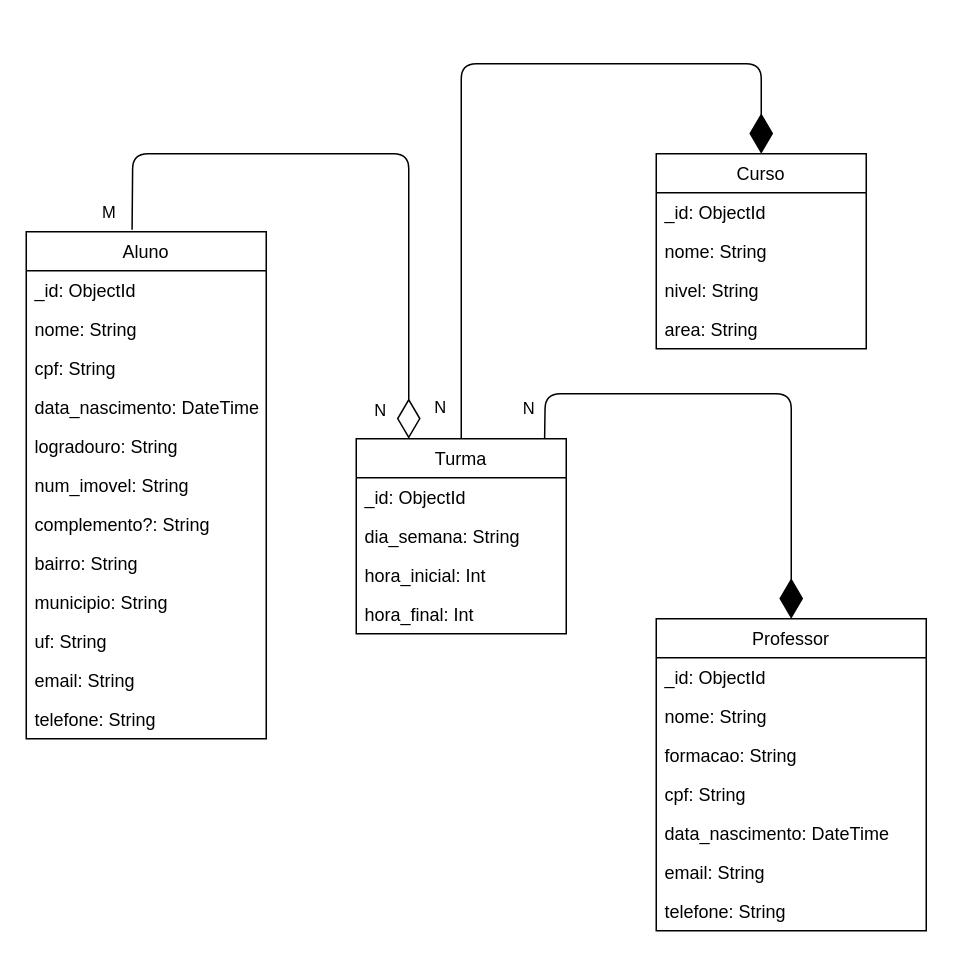
Above: docs/modelagem-db.drawio in dudamdev/bd-n-o-relacional (draw.io), before the change. Source tidied: cells renumbered, new cells numbered last; positions are measured from the earlier drawing's top-left corner, leaving out a move shared by most shapes. Both pictures are drawn from the tidied source at 150%, with x=0, y=0 at pixel (26, 63).
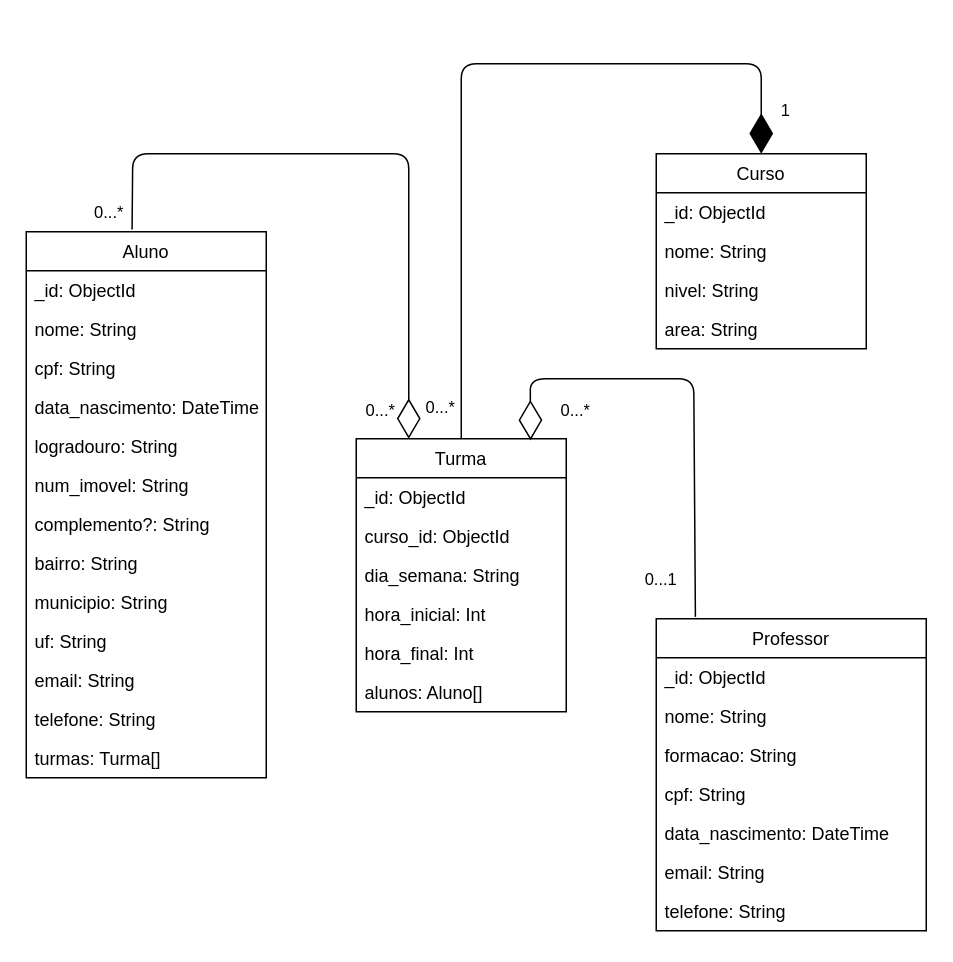
After the change.

Unchanged cells that the change refers to:
```xml
<mxCell id="15" value="Professor" style="swimlane;fontStyle=0;horizontal=1;startSize=26;fillColor=none;" parent="1" vertex="1">
  <mxGeometry x="420" y="370" width="180" height="208" as="geometry" />
</mxCell>
<mxCell id="35" style="endArrow=diamondThin;endFill=1;endSize=24;html=1;entryX=0.5;entryY=0;entryDx=0;entryDy=0;exitX=0.5;exitY=0;exitDx=0;exitDy=0;" parent="1" edge="1" source="23" target="28">
  <mxGeometry relative="1" as="geometry">
    <Array as="points">
      <mxPoint x="290" />
      <mxPoint x="490" />
    </Array>
  </mxGeometry>
</mxCell>
<mxCell id="37" style="endArrow=diamondThin;endFill=0;endSize=24;html=1;entryX=0.25;entryY=0;entryDx=0;entryDy=0;exitX=0.441;exitY=-0.004;exitDx=0;exitDy=0;exitPerimeter=0;" parent="1" edge="1" source="2" target="23">
  <mxGeometry relative="1" as="geometry">
    <Array as="points">
      <mxPoint x="71" y="60" />
      <mxPoint x="255" y="60" />
    </Array>
  </mxGeometry>
</mxCell>
```

The edit, as a diff of the source:
```diff
@@
     <mxCell id="2" value="Aluno" style="swimlane;fontStyle=0;horizontal=1;startSize=26;fillColor=none;" parent="1" vertex="1">
-      <mxGeometry y="112" width="160" height="338" as="geometry" />
+      <mxGeometry y="112" width="160" height="364" as="geometry" />
     </mxCell>
@@
+    <mxCell id="40" value="turmas: Turma[]" style="text;strokeColor=none;fillColor=none;align=left;verticalAlign=top;spacingLeft=4;spacingRight=4;overflow=hidden;" parent="2" vertex="1">
+      <mxGeometry y="338" width="160" height="26" as="geometry" />
+    </mxCell>
@@
     <mxCell id="23" value="Turma" style="swimlane;fontStyle=0;horizontal=1;startSize=26;fillColor=none;" parent="1" vertex="1">
-      <mxGeometry x="220" y="250" width="140" height="130" as="geometry" />
+      <mxGeometry x="220" y="250" width="140" height="182" as="geometry" />
     </mxCell>
@@
+    <mxCell id="41" value="curso_id: ObjectId" style="text;strokeColor=none;fillColor=none;align=left;verticalAlign=top;spacingLeft=4;spacingRight=4;overflow=hidden;" parent="23" vertex="1">
+      <mxGeometry y="52" width="140" height="26" as="geometry" />
+    </mxCell>
     <mxCell id="25" value="dia_semana: String" style="text;strokeColor=none;fillColor=none;align=left;verticalAlign=top;spacingLeft=4;spacingRight=4;overflow=hidden;" parent="23" vertex="1">
-      <mxGeometry y="52" width="140" height="26" as="geometry" />
+      <mxGeometry y="78" width="140" height="26" as="geometry" />
     </mxCell>
     <mxCell id="26" value="hora_inicial: Int" style="text;strokeColor=none;fillColor=none;align=left;verticalAlign=top;spacingLeft=4;spacingRight=4;overflow=hidden;" parent="23" vertex="1">
-      <mxGeometry y="78" width="140" height="26" as="geometry" />
+      <mxGeometry y="104" width="140" height="26" as="geometry" />
     </mxCell>
     <mxCell id="27" value="hora_final: Int" style="text;strokeColor=none;fillColor=none;align=left;verticalAlign=top;spacingLeft=4;spacingRight=4;overflow=hidden;" parent="23" vertex="1">
-      <mxGeometry y="104" width="140" height="26" as="geometry" />
+      <mxGeometry y="130" width="140" height="26" as="geometry" />
     </mxCell>
+    <mxCell id="42" value="alunos: Aluno[]" style="text;strokeColor=none;fillColor=none;align=left;verticalAlign=top;spacingLeft=4;spacingRight=4;overflow=hidden;" parent="23" vertex="1">
+      <mxGeometry y="156" width="140" height="26" as="geometry" />
+    </mxCell>
@@
-    <mxCell id="33" style="endArrow=diamondThin;endFill=1;endSize=24;html=1;exitX=0.897;exitY=0;exitDx=0;exitDy=0;exitPerimeter=0;" parent="1" edge="1" source="23" target="15">
-      <mxGeometry relative="1" as="geometry">
-        <Array as="points">
-          <mxPoint x="346" y="220" />
-          <mxPoint x="510" y="220" />
-        </Array>
-      </mxGeometry>
-    </mxCell>
-    <mxCell id="34" value="N" style="edgeLabel;html=1;align=center;verticalAlign=middle;" parent="33" vertex="1">
-      <mxGeometry x="-0.47" y="1" relative="1" as="geometry">
-        <mxPoint x="-72" y="10" as="offset" />
-      </mxGeometry>
-    </mxCell>
@@
-    <mxCell id="36" value="N" style="edgeLabel;html=1;align=center;verticalAlign=middle;" parent="35" vertex="1">
+    <mxCell id="36" value="0...*" style="edgeLabel;html=1;align=center;verticalAlign=middle;" parent="35" vertex="1">
       <mxGeometry x="-0.93" y="1" relative="1" as="geometry">
         <mxPoint x="-14" y="-4" as="offset" />
       </mxGeometry>
     </mxCell>
+    <mxCell id="43" value="1" style="edgeLabel;html=1;align=center;verticalAlign=middle;" parent="35" vertex="1">
+      <mxGeometry x="0.82" y="1" relative="1" as="geometry">
+        <mxPoint x="14" y="16" as="offset" />
+      </mxGeometry>
+    </mxCell>
@@
-    <mxCell id="38" value="M" style="edgeLabel;html=1;align=center;verticalAlign=middle;" parent="37" vertex="1">
+    <mxCell id="38" value="0...*" style="edgeLabel;html=1;align=center;verticalAlign=middle;" parent="37" vertex="1">
       <mxGeometry x="-0.93" relative="1" as="geometry">
         <mxPoint x="-16" y="3" as="offset" />
       </mxGeometry>
     </mxCell>
-    <mxCell id="39" value="N" style="edgeLabel;html=1;align=center;verticalAlign=middle;" parent="37" vertex="1">
+    <mxCell id="39" value="0...*" style="edgeLabel;html=1;align=center;verticalAlign=middle;" parent="37" vertex="1">
       <mxGeometry x="0.76" relative="1" as="geometry">
         <mxPoint x="-20" y="31" as="offset" />
       </mxGeometry>
     </mxCell>
+    <mxCell id="44" style="endArrow=diamondThin;endFill=0;endSize=24;html=1;entryX=0.83;entryY=0.006;entryDx=0;entryDy=0;entryPerimeter=0;exitX=0.145;exitY=-0.006;exitDx=0;exitDy=0;exitPerimeter=0;" parent="1" edge="1" source="15" target="23">
+      <mxGeometry relative="1" as="geometry">
+        <Array as="points">
+          <mxPoint x="445" y="210" />
+          <mxPoint x="336" y="210" />
+        </Array>
+      </mxGeometry>
+    </mxCell>
+    <mxCell id="45" value="0...*" style="edgeLabel;html=1;align=center;verticalAlign=middle;" parent="44" vertex="1">
+      <mxGeometry x="0.71" y="1" relative="1" as="geometry">
+        <mxPoint x="26" y="19" as="offset" />
+      </mxGeometry>
+    </mxCell>
+    <mxCell id="46" value="0...1" style="edgeLabel;html=1;align=center;verticalAlign=middle;" parent="44" vertex="1">
+      <mxGeometry x="-0.81" relative="1" as="geometry">
+        <mxPoint x="-23" y="4" as="offset" />
+      </mxGeometry>
+    </mxCell>
```
